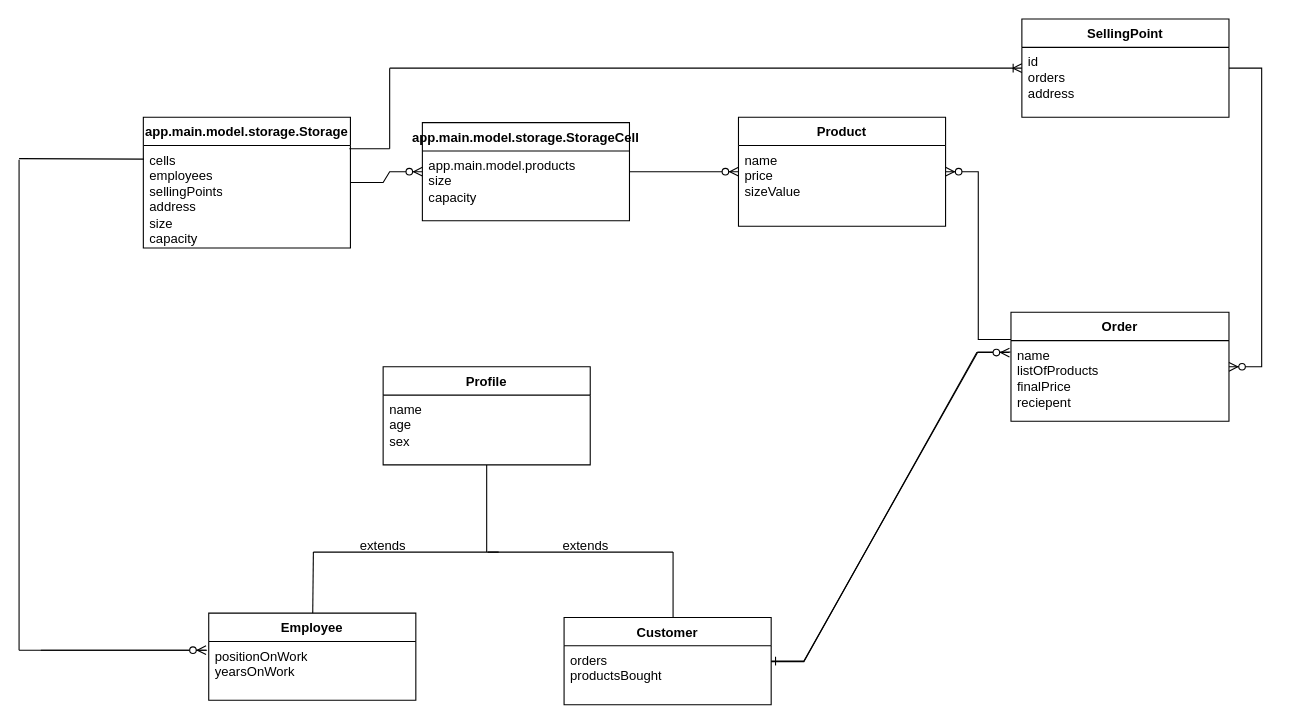
The draw.io diagram diagram/Project_diagram.drawio in LebGes-classes/second-project-xJust-N, before the edit. Source tidied: cells renumbered, new cells numbered last; positions are measured from the earlier drawing's top-left corner, leaving out a move shared by most shapes. Both pictures are drawn from the tidied source at 109%, with x=0, y=0 at pixel (19, 19).
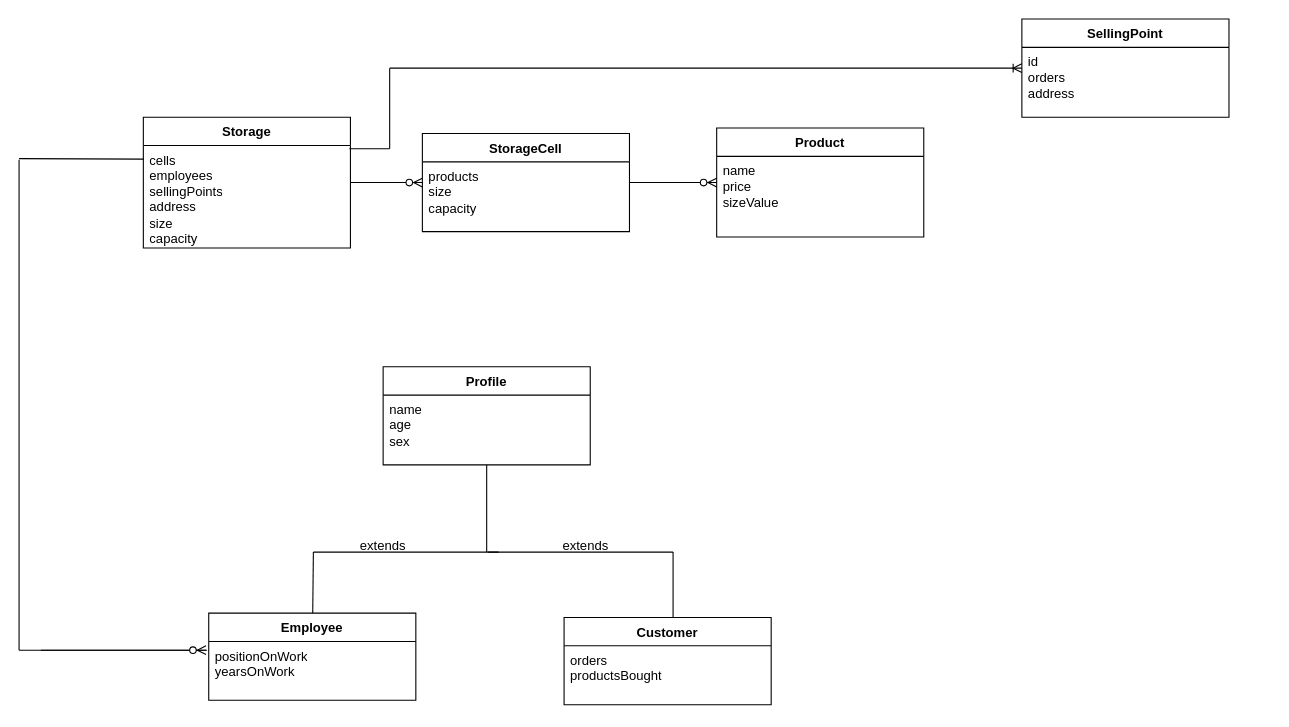
Above is the later version.

Unchanged cells that the change refers to:
```xml
<mxCell id="14" value="Customer" style="swimlane;fontStyle=1;align=center;verticalAlign=top;horizontal=1;startSize=26;whiteSpace=wrap;html=1;" parent="1" vertex="1">
  <mxGeometry x="500" y="549" width="190" height="80" as="geometry" />
</mxCell>
<mxCell id="15" value="&lt;div&gt;orders&lt;/div&gt;productsBought" style="text;strokeColor=none;fillColor=none;align=left;verticalAlign=top;spacingLeft=4;spacingRight=4;overflow=hidden;points=[[0,0.5],[1,0.5]];portConstraint=eastwest;whiteSpace=wrap;html=1;" parent="14" vertex="1">
  <mxGeometry y="26" width="190" height="54" as="geometry" />
</mxCell>
<mxCell id="20" value="SellingPoint" style="swimlane;fontStyle=1;align=center;verticalAlign=top;horizontal=1;startSize=26;whiteSpace=wrap;html=1;" parent="1" vertex="1">
  <mxGeometry x="920" width="190" height="90" as="geometry" />
</mxCell>
```

The edit, as a diff of the source:
```diff
@@
-    <mxCell id="3" value="app.main.model.storage.Storage" style="swimlane;fontStyle=1;align=center;verticalAlign=top;horizontal=1;startSize=26;whiteSpace=wrap;html=1;" parent="1" vertex="1">
+    <mxCell id="3" value="Storage" style="swimlane;fontStyle=1;align=center;verticalAlign=top;horizontal=1;startSize=26;whiteSpace=wrap;html=1;" parent="1" vertex="1">
       <mxGeometry x="114" y="90" width="190" height="120" as="geometry" />
     </mxCell>
@@
-    <mxCell id="5" value="app.main.model.storage.StorageCell" style="swimlane;fontStyle=1;align=center;verticalAlign=top;horizontal=1;startSize=26;whiteSpace=wrap;html=1;" parent="1" vertex="1">
-      <mxGeometry x="370" y="95" width="190" height="90" as="geometry" />
+    <mxCell id="5" value="StorageCell" style="swimlane;fontStyle=1;align=center;verticalAlign=top;horizontal=1;startSize=26;whiteSpace=wrap;html=1;" parent="1" vertex="1">
+      <mxGeometry x="370" y="105" width="190" height="90" as="geometry" />
     </mxCell>
-    <mxCell id="6" value="&lt;div&gt;&lt;span style=&quot;background-color: transparent; color: light-dark(rgb(0, 0, 0), rgb(255, 255, 255));&quot;&gt;app.main.model.products&lt;/span&gt;&lt;/div&gt;&lt;div&gt;size&lt;/div&gt;&lt;div&gt;capacity&lt;/div&gt;" style="text;strokeColor=none;fillColor=none;align=left;verticalAlign=top;spacingLeft=4;spacingRight=4;overflow=hidden;whiteSpace=wrap;html=1;" parent="5" vertex="1">
+    <mxCell id="6" value="&lt;div&gt;products&lt;/div&gt;&lt;div&gt;size&lt;/div&gt;&lt;div&gt;capacity&lt;/div&gt;" style="text;strokeColor=none;fillColor=none;align=left;verticalAlign=top;spacingLeft=4;spacingRight=4;overflow=hidden;whiteSpace=wrap;html=1;" parent="5" vertex="1">
       <mxGeometry y="26" width="190" height="64" as="geometry" />
     </mxCell>
     <mxCell id="7" value="Product" style="swimlane;fontStyle=1;align=center;verticalAlign=top;horizontal=1;startSize=26;whiteSpace=wrap;html=1;" parent="1" vertex="1">
-      <mxGeometry x="660" y="90" width="190" height="100" as="geometry" />
+      <mxGeometry x="640" y="100" width="190" height="100" as="geometry" />
     </mxCell>
@@
-    <mxCell id="22" value="Order" style="swimlane;fontStyle=1;align=center;verticalAlign=top;horizontal=1;startSize=26;whiteSpace=wrap;html=1;" parent="1" vertex="1">
-      <mxGeometry x="910" y="269" width="200" height="100" as="geometry" />
-    </mxCell>
-    <mxCell id="23" value="&lt;div&gt;name&lt;/div&gt;&lt;div&gt;listOfProducts&lt;/div&gt;&lt;div&gt;finalPrice&lt;/div&gt;&lt;div&gt;reciepent&lt;/div&gt;" style="text;strokeColor=none;fillColor=none;align=left;verticalAlign=top;spacingLeft=4;spacingRight=4;overflow=hidden;points=[[0,0.5],[1,0.5]];portConstraint=eastwest;whiteSpace=wrap;html=1;" parent="22" vertex="1">
-      <mxGeometry y="26" width="200" height="74" as="geometry" />
-    </mxCell>
@@
-    <mxCell id="26" style="edgeStyle=entityRelationEdgeStyle;fontSize=12;html=1;endArrow=ERzeroToMany;endFill=1;rounded=0;" parent="1" edge="1" source="20" target="22">
-      <mxGeometry relative="1" as="geometry" />
-    </mxCell>
-    <mxCell id="27" style="edgeStyle=entityRelationEdgeStyle;fontSize=12;html=1;endArrow=ERzeroToMany;endFill=1;rounded=0;exitX=0;exitY=0.25;exitDx=0;exitDy=0;" parent="1" edge="1" source="22" target="7">
-      <mxGeometry relative="1" as="geometry" />
-    </mxCell>
-    <mxCell id="28" style="edgeStyle=entityRelationEdgeStyle;fontSize=12;html=1;endArrow=ERone;endFill=1;rounded=0;exitX=-0.002;exitY=0.141;exitDx=0;exitDy=0;exitPerimeter=0;" parent="1" edge="1" source="23" target="14">
-      <mxGeometry relative="1" as="geometry" />
-    </mxCell>
-    <mxCell id="29" style="edgeStyle=entityRelationEdgeStyle;fontSize=12;html=1;endArrow=ERzeroToMany;endFill=1;rounded=0;entryX=-0.007;entryY=0.148;entryDx=0;entryDy=0;entryPerimeter=0;exitX=1;exitY=0.269;exitDx=0;exitDy=0;exitPerimeter=0;" parent="1" edge="1" source="15" target="23">
-      <mxGeometry relative="1" as="geometry" />
-    </mxCell>
```
